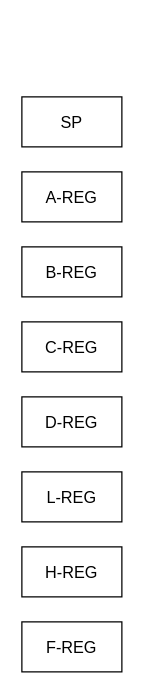
Shmerlard/SH8 keeps this draw.io diagram as Diagrams/Register-File-Diagram.drawio. Above is the earlier version. Source tidied: cells renumbered, new cells numbered last; positions are measured from the earlier drawing's top-left corner, leaving out a move shared by most shapes. Both pictures are drawn from the tidied source at 125%, with x=0, y=0 at pixel (21, 96).
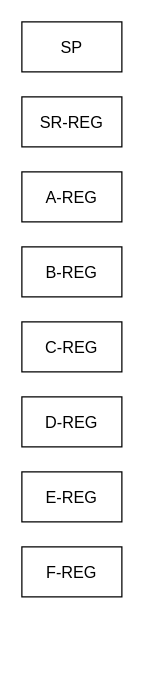
The same page after the edit.

What changed in the source:
```diff
@@
 <mxGraphModel>
   <root>
     <mxCell id="0" />
     <mxCell id="1" parent="0" />
     <mxCell id="2" value="A-REG" style="rounded=0;whiteSpace=wrap;html=1;fontFamily=jetbrains mono;fontSize=13;" parent="1" vertex="1">
       <mxGeometry y="60" width="80" height="40" as="geometry" />
     </mxCell>
     <mxCell id="3" value="B-REG" style="rounded=0;whiteSpace=wrap;html=1;fontFamily=jetbrains mono;fontSize=13;" parent="1" vertex="1">
       <mxGeometry y="120" width="80" height="40" as="geometry" />
     </mxCell>
     <mxCell id="4" value="C-REG" style="rounded=0;whiteSpace=wrap;html=1;fontFamily=jetbrains mono;fontSize=13;" parent="1" vertex="1">
       <mxGeometry y="180" width="80" height="40" as="geometry" />
     </mxCell>
     <mxCell id="5" value="D-REG" style="rounded=0;whiteSpace=wrap;html=1;fontFamily=jetbrains mono;fontSize=13;" parent="1" vertex="1">
       <mxGeometry y="240" width="80" height="40" as="geometry" />
     </mxCell>
     <mxCell id="6" value="SP" style="rounded=0;whiteSpace=wrap;html=1;fontFamily=jetbrains mono;fontSize=13;" parent="1" vertex="1">
-      <mxGeometry width="80" height="40" as="geometry" />
+      <mxGeometry y="-60" width="80" height="40" as="geometry" />
     </mxCell>
-    <mxCell id="7" value="L-REG" style="rounded=0;whiteSpace=wrap;html=1;fontFamily=jetbrains mono;fontSize=13;" parent="1" vertex="1">
+    <mxCell id="7" value="E-REG" style="rounded=0;whiteSpace=wrap;html=1;fontFamily=jetbrains mono;fontSize=13;" parent="1" vertex="1">
       <mxGeometry y="300" width="80" height="40" as="geometry" />
     </mxCell>
-    <mxCell id="8" value="H-REG" style="rounded=0;whiteSpace=wrap;html=1;fontFamily=jetbrains mono;fontSize=13;" parent="1" vertex="1">
-      <mxGeometry y="360" width="80" height="40" as="geometry" />
+    <mxCell id="8" value="SR-REG" style="rounded=0;whiteSpace=wrap;html=1;fontFamily=jetbrains mono;fontSize=13;" parent="1" vertex="1">
+      <mxGeometry width="80" height="40" as="geometry" />
     </mxCell>
     <mxCell id="9" value="F-REG" style="rounded=0;whiteSpace=wrap;html=1;fontFamily=jetbrains mono;fontSize=13;" parent="1" vertex="1">
-      <mxGeometry y="420" width="80" height="40" as="geometry" />
+      <mxGeometry y="360" width="80" height="40" as="geometry" />
     </mxCell>
   </root>
 </mxGraphModel>
```
